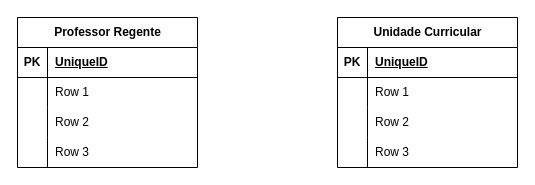
This is Diagrama sem nome.drawio from afonsocastro107/tpsi-sgbd-2121824, a draw.io file, before an edit. Source tidied: cells renumbered, new cells numbered last; positions are measured from the earlier drawing's top-left corner, leaving out a move shared by most shapes. Both pictures are drawn from the tidied source at 100%, with x=0, y=0 at pixel (17, 17).
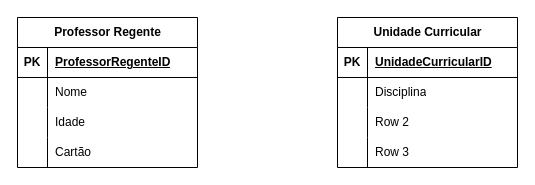
The same diagram, later.

Unchanged cells that the change refers to:
```xml
<mxCell id="3" style="shape=tableRow;horizontal=0;startSize=0;swimlaneHead=0;swimlaneBody=0;fillColor=none;top=0;left=0;right=0;bottom=1;" parent="2" vertex="1">
  <mxGeometry y="30" width="180" height="30" as="geometry" />
</mxCell>
<mxCell id="6" style="shape=tableRow;horizontal=0;startSize=0;swimlaneHead=0;swimlaneBody=0;fillColor=none;top=0;left=0;right=0;bottom=0;" parent="2" vertex="1">
  <mxGeometry y="60" width="180" height="30" as="geometry" />
</mxCell>
<mxCell id="16" style="shape=tableRow;horizontal=0;startSize=0;swimlaneHead=0;swimlaneBody=0;fillColor=none;top=0;left=0;right=0;bottom=1;" parent="15" vertex="1">
  <mxGeometry y="30" width="180" height="30" as="geometry" />
</mxCell>
<mxCell id="19" style="shape=tableRow;horizontal=0;startSize=0;swimlaneHead=0;swimlaneBody=0;fillColor=none;top=0;left=0;right=0;bottom=0;" parent="15" vertex="1">
  <mxGeometry y="60" width="180" height="30" as="geometry" />
</mxCell>
<mxCell id="22" style="shape=tableRow;horizontal=0;startSize=0;swimlaneHead=0;swimlaneBody=0;fillColor=none;top=0;left=0;right=0;bottom=0;" parent="15" vertex="1">
  <mxGeometry y="90" width="180" height="30" as="geometry" />
</mxCell>
<mxCell id="25" style="shape=tableRow;horizontal=0;startSize=0;swimlaneHead=0;swimlaneBody=0;fillColor=none;top=0;left=0;right=0;bottom=0;" parent="15" vertex="1">
  <mxGeometry y="120" width="180" height="30" as="geometry" />
</mxCell>
```

Change to the diagram source:
```diff
@@
-    <mxCell id="5" value="UniqueID" style="shape=partialRectangle;fillColor=none;top=0;left=0;bottom=0;right=0;align=left;spacingLeft=6;fontStyle=5;overflow=hidden;whiteSpace=wrap;html=1;" parent="3" vertex="1">
+    <mxCell id="5" value="UnidadeCurricularID" style="shape=partialRectangle;fillColor=none;top=0;left=0;bottom=0;right=0;align=left;spacingLeft=6;fontStyle=5;overflow=hidden;whiteSpace=wrap;html=1;" parent="3" vertex="1">
       <mxGeometry x="30" width="150" height="30" as="geometry" />
     </mxCell>
@@
-    <mxCell id="8" value="Row 1" style="shape=partialRectangle;fillColor=none;top=0;left=0;bottom=0;right=0;align=left;spacingLeft=6;overflow=hidden;whiteSpace=wrap;html=1;" parent="6" vertex="1">
+    <mxCell id="8" value="Disciplina" style="shape=partialRectangle;fillColor=none;top=0;left=0;bottom=0;right=0;align=left;spacingLeft=6;overflow=hidden;whiteSpace=wrap;html=1;" parent="6" vertex="1">
       <mxGeometry x="30" width="150" height="30" as="geometry" />
     </mxCell>
@@
-    <mxCell id="18" value="UniqueID" style="shape=partialRectangle;fillColor=none;top=0;left=0;bottom=0;right=0;align=left;spacingLeft=6;fontStyle=5;overflow=hidden;whiteSpace=wrap;html=1;" parent="16" vertex="1">
+    <mxCell id="18" value="ProfessorRegenteID" style="shape=partialRectangle;fillColor=none;top=0;left=0;bottom=0;right=0;align=left;spacingLeft=6;fontStyle=5;overflow=hidden;whiteSpace=wrap;html=1;" parent="16" vertex="1">
       <mxGeometry x="30" width="150" height="30" as="geometry" />
     </mxCell>
@@
-    <mxCell id="21" value="Row 1" style="shape=partialRectangle;fillColor=none;top=0;left=0;bottom=0;right=0;align=left;spacingLeft=6;overflow=hidden;whiteSpace=wrap;html=1;" parent="19" vertex="1">
+    <mxCell id="21" value="Nome" style="shape=partialRectangle;fillColor=none;top=0;left=0;bottom=0;right=0;align=left;spacingLeft=6;overflow=hidden;whiteSpace=wrap;html=1;" parent="19" vertex="1">
       <mxGeometry x="30" width="150" height="30" as="geometry" />
     </mxCell>
@@
-    <mxCell id="24" value="Row 2" style="shape=partialRectangle;fillColor=none;top=0;left=0;bottom=0;right=0;align=left;spacingLeft=6;overflow=hidden;whiteSpace=wrap;html=1;" parent="22" vertex="1">
+    <mxCell id="24" value="Idade" style="shape=partialRectangle;fillColor=none;top=0;left=0;bottom=0;right=0;align=left;spacingLeft=6;overflow=hidden;whiteSpace=wrap;html=1;" parent="22" vertex="1">
       <mxGeometry x="30" width="150" height="30" as="geometry" />
     </mxCell>
@@
-    <mxCell id="27" value="Row 3" style="shape=partialRectangle;fillColor=none;top=0;left=0;bottom=0;right=0;align=left;spacingLeft=6;overflow=hidden;whiteSpace=wrap;html=1;" parent="25" vertex="1">
+    <mxCell id="27" value="Cartão" style="shape=partialRectangle;fillColor=none;top=0;left=0;bottom=0;right=0;align=left;spacingLeft=6;overflow=hidden;whiteSpace=wrap;html=1;" parent="25" vertex="1">
       <mxGeometry x="30" width="150" height="30" as="geometry" />
     </mxCell>
```
